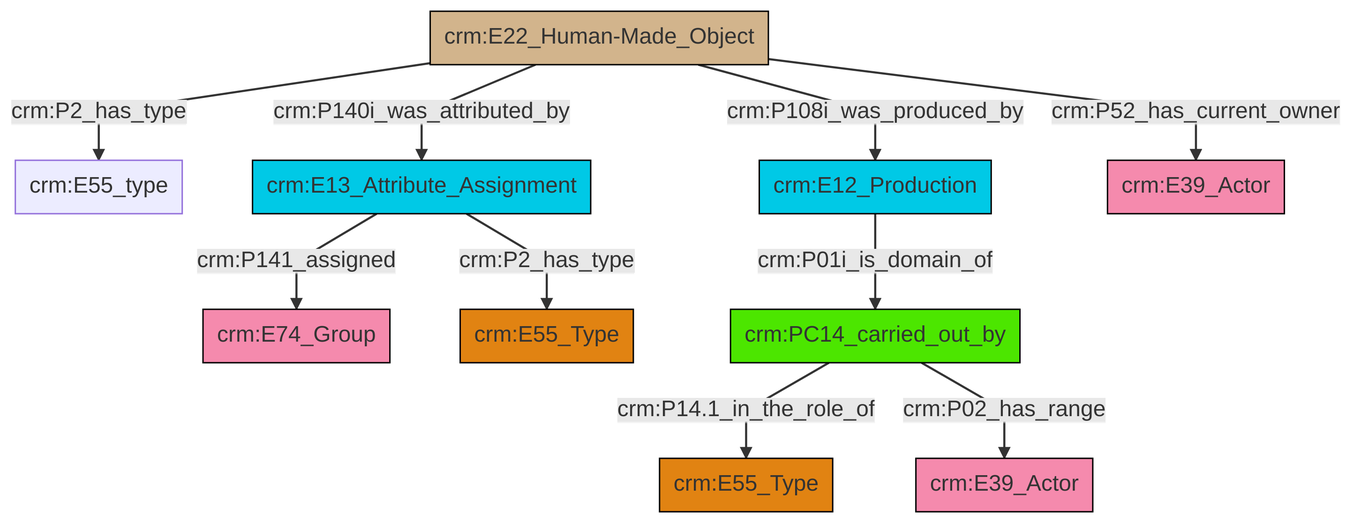
This is et/builtWorkCSV/ttl/mmd/png/Built_Work_actor_relations.png from swiss-art-research-net/docs.swissartresearch, a Mermaid export, as it was before one commit. Its source is kept beside it as et/builtWorkCSV/ttl/mmd/Built_Work_actor_relations.ttl.mmd.
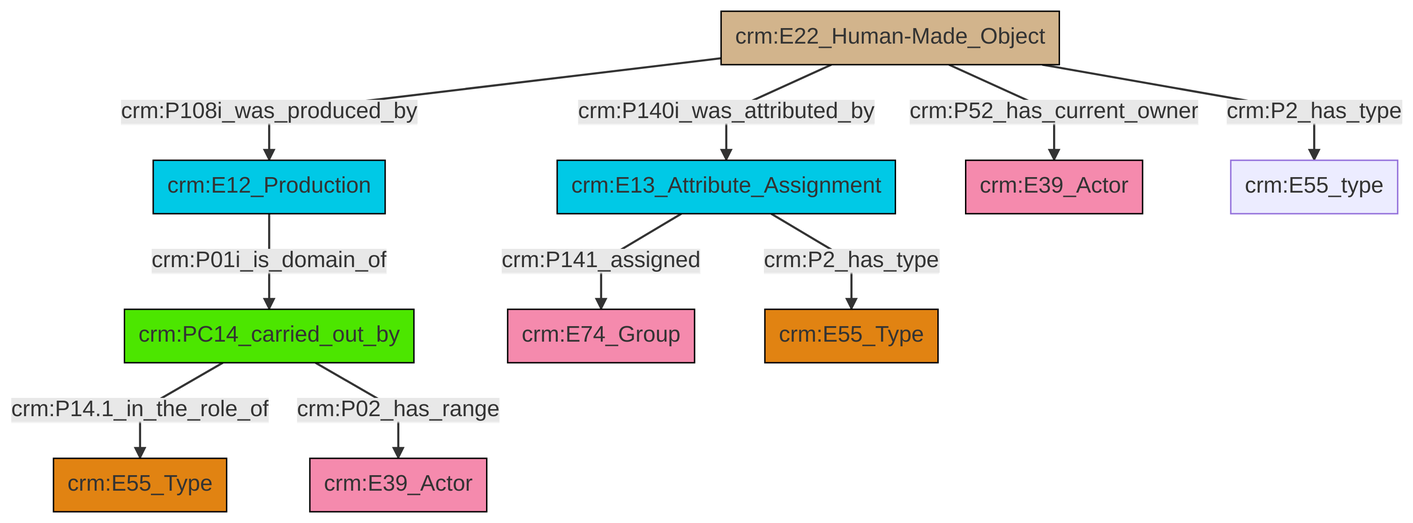
After the commit.

The edit, as a diff of the source:
```diff
@@ -13,12 +13,12 @@
 classDef PC_Classes fill:#4ce600, stroke:#000000;
 classDef Multi fill:#cccccc,stroke:#000000;
 
-0["crm:E22_Human-Made_Object"]:::Physical_Thing -->|crm:P2_has_type| 1["crm:E55_type"]:::Default
-2["crm:E13_Attribute_Assignment"]:::Temporal_Entity -->|crm:P141_assigned| 3["crm:E74_Group"]:::Actor
-7["crm:E12_Production"]:::Temporal_Entity -->|crm:P01i_is_domain_of| 9["crm:PC14_carried_out_by"]:::PC_Classes
-9["crm:PC14_carried_out_by"]:::PC_Classes -->|crm:P14.1_in_the_role_of| 10["crm:E55_Type"]:::Type
-0["crm:E22_Human-Made_Object"]:::Physical_Thing -->|crm:P140i_was_attributed_by| 2["crm:E13_Attribute_Assignment"]:::Temporal_Entity
-0["crm:E22_Human-Made_Object"]:::Physical_Thing -->|crm:P52_has_current_owner| 14["crm:E39_Actor"]:::Actor
-0["crm:E22_Human-Made_Object"]:::Physical_Thing -->|crm:P108i_was_produced_by| 7["crm:E12_Production"]:::Temporal_Entity
-9["crm:PC14_carried_out_by"]:::PC_Classes -->|crm:P02_has_range| 11["crm:E39_Actor"]:::Actor
-2["crm:E13_Attribute_Assignment"]:::Temporal_Entity -->|crm:P2_has_type| 5["crm:E55_Type"]:::Type
+2["crm:E12_Production"]:::Temporal_Entity -->|crm:P01i_is_domain_of| 0["crm:PC14_carried_out_by"]:::PC_Classes
+6["crm:E22_Human-Made_Object"]:::Physical_Thing -->|crm:P140i_was_attributed_by| 7["crm:E13_Attribute_Assignment"]:::Temporal_Entity
+7["crm:E13_Attribute_Assignment"]:::Temporal_Entity -->|crm:P141_assigned| 4["crm:E74_Group"]:::Actor
+6["crm:E22_Human-Made_Object"]:::Physical_Thing -->|crm:P52_has_current_owner| 10["crm:E39_Actor"]:::Actor
+7["crm:E13_Attribute_Assignment"]:::Temporal_Entity -->|crm:P2_has_type| 11["crm:E55_Type"]:::Type
+6["crm:E22_Human-Made_Object"]:::Physical_Thing -->|crm:P108i_was_produced_by| 2["crm:E12_Production"]:::Temporal_Entity
+6["crm:E22_Human-Made_Object"]:::Physical_Thing -->|crm:P2_has_type| 14["crm:E55_type"]:::Default
+0["crm:PC14_carried_out_by"]:::PC_Classes -->|crm:P14.1_in_the_role_of| 16["crm:E55_Type"]:::Type
+0["crm:PC14_carried_out_by"]:::PC_Classes -->|crm:P02_has_range| 8["crm:E39_Actor"]:::Actor
```
